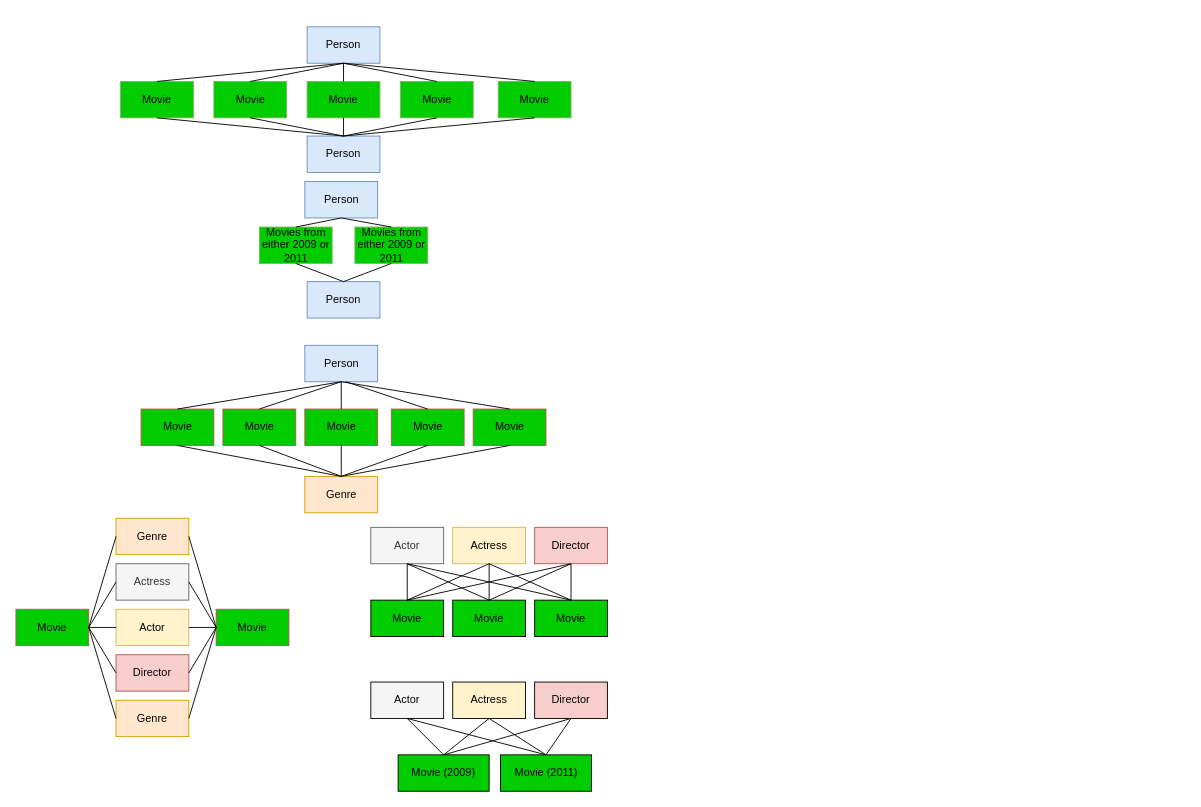
Earlier version of the draw.io diagram Images/query1.drawio (asystemsguy/parellel_computing_report). Source tidied: cells renumbered, new cells numbered last; positions are measured from the earlier drawing's top-left corner, leaving out a move shared by most shapes. Both pictures are drawn from the tidied source at 91%, with x=0, y=0 at pixel (15, 26).
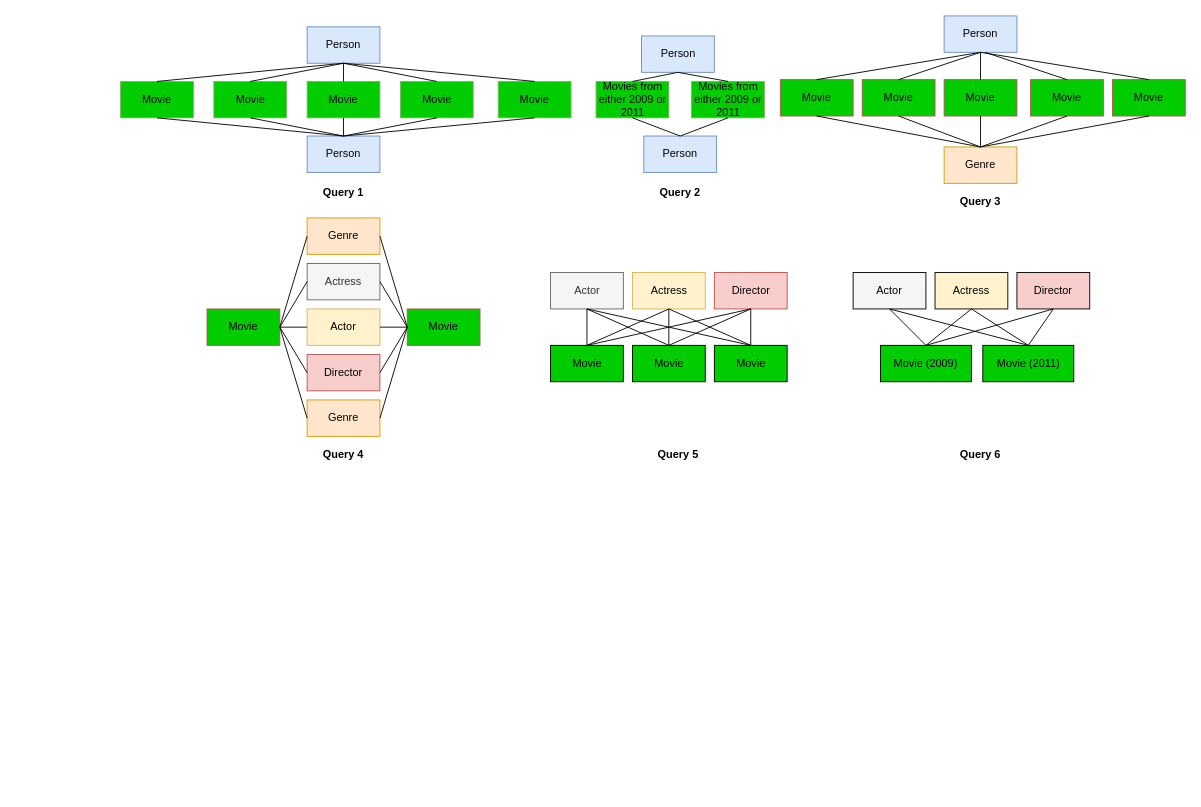
The same page after the edit.

Commit message (it also covers changes not shown here):
chnaged the figures

Change to the diagram source:
```diff
@@
     <mxCell id="4" value="Person" style="rounded=0;whiteSpace=wrap;html=1;fillColor=#dae8fc;strokeColor=#6c8ebf;" parent="1" vertex="1">
-      <mxGeometry x="317.5" y="170" width="80" height="40" as="geometry" />
+      <mxGeometry x="687.5" y="10" width="80" height="40" as="geometry" />
     </mxCell>
     <mxCell id="5" value="Person" style="rounded=0;whiteSpace=wrap;html=1;fillColor=#dae8fc;strokeColor=#6c8ebf;" parent="1" vertex="1">
-      <mxGeometry x="320" y="280" width="80" height="40" as="geometry" />
+      <mxGeometry x="690" y="120" width="80" height="40" as="geometry" />
     </mxCell>
     <mxCell id="6" value="Movies from either 2009 or 2011" style="rounded=0;whiteSpace=wrap;html=1;fillColor=#00CC00;strokeColor=#82b366;" parent="1" vertex="1">
-      <mxGeometry x="372.5" y="220" width="80" height="40" as="geometry" />
+      <mxGeometry x="742.5" y="60" width="80" height="40" as="geometry" />
     </mxCell>
     <mxCell id="7" value="Person" style="rounded=0;whiteSpace=wrap;html=1;fillColor=#dae8fc;strokeColor=#6c8ebf;" parent="1" vertex="1">
-      <mxGeometry x="317.5" y="350" width="80" height="40" as="geometry" />
+      <mxGeometry x="1020" y="-12" width="80" height="40" as="geometry" />
     </mxCell>
     <mxCell id="8" value="Movie" style="rounded=0;whiteSpace=wrap;html=1;fillColor=#00CC00;strokeColor=#b85450;" parent="1" vertex="1">
-      <mxGeometry x="227.5" y="420" width="80" height="40" as="geometry" />
+      <mxGeometry x="930" y="58" width="80" height="40" as="geometry" />
     </mxCell>
     <mxCell id="9" value="Movie" style="rounded=0;whiteSpace=wrap;html=1;fillColor=#00CC00;strokeColor=#b85450;" parent="1" vertex="1">
-      <mxGeometry x="137.5" y="420" width="80" height="40" as="geometry" />
+      <mxGeometry x="840" y="58" width="80" height="40" as="geometry" />
     </mxCell>
     <mxCell id="10" value="Movie" style="rounded=0;whiteSpace=wrap;html=1;fillColor=#00CC00;strokeColor=#b85450;" parent="1" vertex="1">
-      <mxGeometry x="317.5" y="420" width="80" height="40" as="geometry" />
+      <mxGeometry x="1020" y="58" width="80" height="40" as="geometry" />
     </mxCell>
     <mxCell id="11" value="Movie" style="rounded=0;whiteSpace=wrap;html=1;fillColor=#00CC00;strokeColor=#b85450;" parent="1" vertex="1">
-      <mxGeometry x="412.5" y="420" width="80" height="40" as="geometry" />
+      <mxGeometry x="1115" y="58" width="80" height="40" as="geometry" />
     </mxCell>
     <mxCell id="12" value="Movie" style="rounded=0;whiteSpace=wrap;html=1;fillColor=#00CC00;strokeColor=#b85450;" parent="1" vertex="1">
-      <mxGeometry x="502.5" y="420" width="80" height="40" as="geometry" />
+      <mxGeometry x="1205" y="58" width="80" height="40" as="geometry" />
     </mxCell>
     <mxCell id="13" value="Genre" style="rounded=0;whiteSpace=wrap;html=1;fillColor=#ffe6cc;strokeColor=#d79b00;" parent="1" vertex="1">
-      <mxGeometry x="317.5" y="494" width="80" height="40" as="geometry" />
+      <mxGeometry x="1020" y="132" width="80" height="40" as="geometry" />
     </mxCell>
@@
     <mxCell id="15" value="Movie" style="rounded=0;whiteSpace=wrap;html=1;fillColor=#00CC00;strokeColor=#b85450;" parent="1" vertex="1">
-      <mxGeometry y="640" width="80" height="40" as="geometry" />
+      <mxGeometry x="210" y="310" width="80" height="40" as="geometry" />
     </mxCell>
     <mxCell id="16" value="Genre" style="rounded=0;whiteSpace=wrap;html=1;fillColor=#ffe6cc;strokeColor=#d79b00;" parent="1" vertex="1">
-      <mxGeometry x="110" y="540" width="80" height="40" as="geometry" />
+      <mxGeometry x="320" y="210" width="80" height="40" as="geometry" />
     </mxCell>
     <mxCell id="17" value="Actress" style="rounded=0;whiteSpace=wrap;html=1;fillColor=#f5f5f5;strokeColor=#666666;fontColor=#333333;" parent="1" vertex="1">
-      <mxGeometry x="110" y="590" width="80" height="40" as="geometry" />
+      <mxGeometry x="320" y="260" width="80" height="40" as="geometry" />
     </mxCell>
     <mxCell id="18" value="Actor" style="rounded=0;whiteSpace=wrap;html=1;fillColor=#fff2cc;strokeColor=#d6b656;" parent="1" vertex="1">
-      <mxGeometry x="110" y="640" width="80" height="40" as="geometry" />
+      <mxGeometry x="320" y="310" width="80" height="40" as="geometry" />
     </mxCell>
     <mxCell id="19" value="Director" style="rounded=0;whiteSpace=wrap;html=1;fillColor=#f8cecc;strokeColor=#b85450;" parent="1" vertex="1">
-      <mxGeometry x="110" y="690" width="80" height="40" as="geometry" />
+      <mxGeometry x="320" y="360" width="80" height="40" as="geometry" />
     </mxCell>
     <mxCell id="20" value="Genre" style="rounded=0;whiteSpace=wrap;html=1;fillColor=#ffe6cc;strokeColor=#d79b00;" parent="1" vertex="1">
-      <mxGeometry x="110" y="740" width="80" height="40" as="geometry" />
+      <mxGeometry x="320" y="410" width="80" height="40" as="geometry" />
     </mxCell>
     <mxCell id="21" value="Movie" style="rounded=0;whiteSpace=wrap;html=1;fillColor=#00CC00;strokeColor=#b85450;" parent="1" vertex="1">
-      <mxGeometry x="220" y="640" width="80" height="40" as="geometry" />
+      <mxGeometry x="430" y="310" width="80" height="40" as="geometry" />
     </mxCell>
@@
     <mxCell id="27" style="endArrow=none;html=1;exitX=0.5;exitY=0;exitDx=0;exitDy=0;" parent="1" edge="1" source="11">
       <mxGeometry relative="1" as="geometry">
-        <mxPoint x="362.5" y="390" as="targetPoint" />
+        <mxPoint x="1065" y="28" as="targetPoint" />
       </mxGeometry>
     </mxCell>
@@
     <mxCell id="44" value="Actor" style="rounded=0;whiteSpace=wrap;html=1;fillColor=#f5f5f5;strokeColor=#666666;fontColor=#333333;" parent="1" vertex="1">
-      <mxGeometry x="390" y="550" width="80" height="40" as="geometry" />
+      <mxGeometry x="587.5" y="270" width="80" height="40" as="geometry" />
     </mxCell>
     <mxCell id="45" value="Actress" style="rounded=0;whiteSpace=wrap;html=1;fillColor=#fff2cc;strokeColor=#d6b656;" parent="1" vertex="1">
-      <mxGeometry x="480" y="550" width="80" height="40" as="geometry" />
+      <mxGeometry x="677.5" y="270" width="80" height="40" as="geometry" />
     </mxCell>
     <mxCell id="46" value="Director" style="rounded=0;whiteSpace=wrap;html=1;fillColor=#f8cecc;strokeColor=#b85450;" parent="1" vertex="1">
-      <mxGeometry x="570" y="550" width="80" height="40" as="geometry" />
+      <mxGeometry x="767.5" y="270" width="80" height="40" as="geometry" />
     </mxCell>
     <mxCell id="47" value="Movie" style="rounded=0;whiteSpace=wrap;html=1;fillColor=#00CC00;" parent="1" vertex="1">
-      <mxGeometry x="390" y="630" width="80" height="40" as="geometry" />
+      <mxGeometry x="587.5" y="350" width="80" height="40" as="geometry" />
     </mxCell>
     <mxCell id="48" value="Movie" style="rounded=0;whiteSpace=wrap;html=1;gradientColor=none;fillColor=#00CC00;" parent="1" vertex="1">
-      <mxGeometry x="480" y="630" width="80" height="40" as="geometry" />
+      <mxGeometry x="677.5" y="350" width="80" height="40" as="geometry" />
     </mxCell>
     <mxCell id="49" value="Movie" style="rounded=0;whiteSpace=wrap;html=1;fillColor=#00CC00;" parent="1" vertex="1">
-      <mxGeometry x="570" y="630" width="80" height="40" as="geometry" />
+      <mxGeometry x="767.5" y="350" width="80" height="40" as="geometry" />
     </mxCell>
@@
     <mxCell id="58" style="endArrow=none;html=1;" parent="1" edge="1" source="49">
       <mxGeometry relative="1" as="geometry">
-        <mxPoint x="610" y="590" as="targetPoint" />
+        <mxPoint x="807.5" y="310" as="targetPoint" />
       </mxGeometry>
     </mxCell>
     <mxCell id="59" value="Actor" style="rounded=0;whiteSpace=wrap;html=1;fillColor=#F5F5F5;" parent="1" vertex="1">
-      <mxGeometry x="390" y="720" width="80" height="40" as="geometry" />
+      <mxGeometry x="920" y="270" width="80" height="40" as="geometry" />
     </mxCell>
     <mxCell id="60" value="Actress" style="rounded=0;whiteSpace=wrap;html=1;fillColor=#FFF2CC;" parent="1" vertex="1">
-      <mxGeometry x="480" y="720" width="80" height="40" as="geometry" />
+      <mxGeometry x="1010" y="270" width="80" height="40" as="geometry" />
     </mxCell>
     <mxCell id="61" value="Director" style="rounded=0;whiteSpace=wrap;html=1;fillColor=#F8CECC;" parent="1" vertex="1">
-      <mxGeometry x="570" y="720" width="80" height="40" as="geometry" />
+      <mxGeometry x="1100" y="270" width="80" height="40" as="geometry" />
     </mxCell>
     <mxCell id="62" value="Movie (2009)" style="rounded=0;whiteSpace=wrap;html=1;fillColor=#00CC00;" parent="1" vertex="1">
-      <mxGeometry x="420" y="800" width="100" height="40" as="geometry" />
+      <mxGeometry x="950" y="350" width="100" height="40" as="geometry" />
     </mxCell>
     <mxCell id="63" value="Movie (2011)" style="rounded=0;whiteSpace=wrap;html=1;fillColor=#00CC00;" parent="1" vertex="1">
-      <mxGeometry x="532.5" y="800" width="100" height="40" as="geometry" />
+      <mxGeometry x="1062.5" y="350" width="100" height="40" as="geometry" />
     </mxCell>
@@
     <mxCell id="83" value="Movies from either 2009 or 2011" style="rounded=0;whiteSpace=wrap;html=1;fillColor=#00CC00;strokeColor=#82b366;" parent="1" vertex="1">
-      <mxGeometry x="267.5" y="220" width="80" height="40" as="geometry" />
+      <mxGeometry x="637.5" y="60" width="80" height="40" as="geometry" />
     </mxCell>
@@
     <mxCell id="86" style="endArrow=none;html=1;entryX=0.5;entryY=1;entryDx=0;entryDy=0;" parent="1" edge="1" target="6">
       <mxGeometry relative="1" as="geometry">
-        <mxPoint x="360" y="280" as="sourcePoint" />
+        <mxPoint x="730" y="120" as="sourcePoint" />
       </mxGeometry>
     </mxCell>
+    <mxCell id="87" value="&lt;b&gt;Query 1&lt;/b&gt;" style="text;html=1;strokeColor=none;fillColor=none;align=center;verticalAlign=middle;whiteSpace=wrap;rounded=0;" parent="1" vertex="1">
+      <mxGeometry x="330" y="172" width="60" height="20" as="geometry" />
+    </mxCell>
+    <mxCell id="88" value="&lt;b&gt;Query 2&lt;/b&gt;" style="text;html=1;strokeColor=none;fillColor=none;align=center;verticalAlign=middle;whiteSpace=wrap;rounded=0;" parent="1" vertex="1">
+      <mxGeometry x="700" y="172" width="60" height="20" as="geometry" />
+    </mxCell>
+    <mxCell id="89" value="&lt;b&gt;Query 3&lt;/b&gt;" style="text;html=1;strokeColor=none;fillColor=none;align=center;verticalAlign=middle;whiteSpace=wrap;rounded=0;" parent="1" vertex="1">
+      <mxGeometry x="1030" y="182" width="60" height="20" as="geometry" />
+    </mxCell>
+    <mxCell id="90" value="&lt;b&gt;Query 4&lt;/b&gt;" style="text;html=1;strokeColor=none;fillColor=none;align=center;verticalAlign=middle;whiteSpace=wrap;rounded=0;" parent="1" vertex="1">
+      <mxGeometry x="330" y="460" width="60" height="20" as="geometry" />
+    </mxCell>
+    <mxCell id="91" value="&lt;b&gt;Query 5&lt;/b&gt;" style="text;html=1;strokeColor=none;fillColor=none;align=center;verticalAlign=middle;whiteSpace=wrap;rounded=0;" parent="1" vertex="1">
+      <mxGeometry x="697.5" y="460" width="60" height="20" as="geometry" />
+    </mxCell>
+    <mxCell id="92" value="&lt;b&gt;Query 6&lt;/b&gt;" style="text;html=1;strokeColor=none;fillColor=none;align=center;verticalAlign=middle;whiteSpace=wrap;rounded=0;" parent="1" vertex="1">
+      <mxGeometry x="1030" y="460" width="60" height="20" as="geometry" />
+    </mxCell>
```
